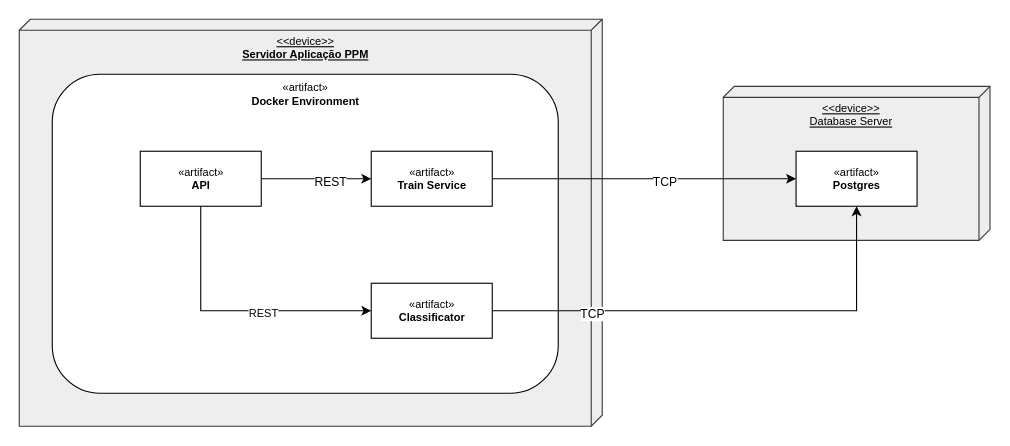
Before: page "Page-1" (1 of 2) of docs/motos-arch.drawio in fol21/gabriel-motos-teste-cv, a draw.io diagram. Source tidied: cells renumbered, new cells numbered last; positions are measured from the earlier drawing's top-left corner, leaving out a move shared by most shapes. Both pictures are drawn from the tidied source at 110%, with x=0, y=0 at pixel (19, 19).
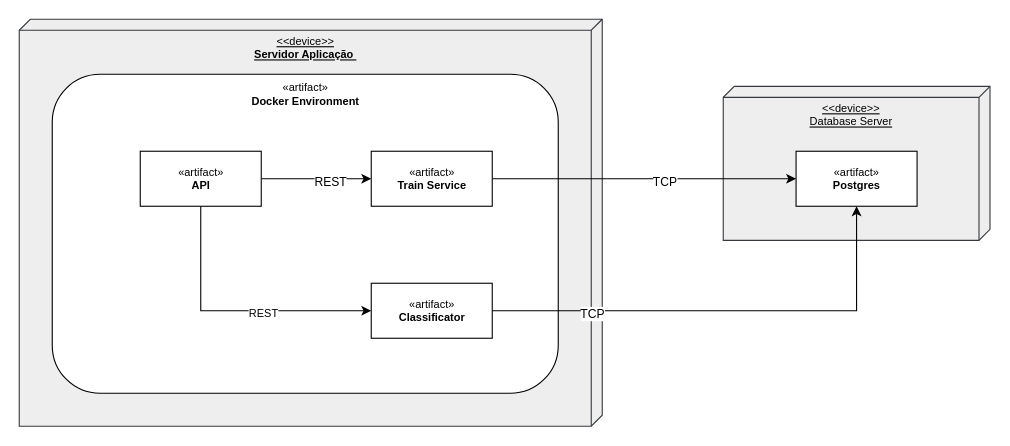
Above is the later version.

What changed in the source:
```diff
@@
 <mxGraphModel>
   <root>
     <mxCell id="0" />
     <mxCell id="1" parent="0" />
-    <mxCell id="2" value="&lt;font style=&quot;font-size: 10px;&quot;&gt;&amp;lt;&amp;lt;device&amp;gt;&amp;gt;&lt;br&gt;&lt;b&gt;Servidor Aplicação PPM&lt;/b&gt;&lt;br&gt;&lt;/font&gt;" style="verticalAlign=top;align=center;spacingTop=8;spacingLeft=2;spacingRight=12;shape=cube;size=10;direction=south;fontStyle=4;html=1;shadow=0;glass=0;labelBackgroundColor=none;fontSize=8;fillColor=#eeeeee;strokeColor=#36393d;" parent="1" vertex="1">
+    <mxCell id="2" value="&lt;font style=&quot;font-size: 10px;&quot;&gt;&amp;lt;&amp;lt;device&amp;gt;&amp;gt;&lt;br&gt;&lt;b&gt;Servidor Aplicação&amp;nbsp;&lt;/b&gt;&lt;br&gt;&lt;/font&gt;" style="verticalAlign=top;align=center;spacingTop=8;spacingLeft=2;spacingRight=12;shape=cube;size=10;direction=south;fontStyle=4;html=1;shadow=0;glass=0;labelBackgroundColor=none;fontSize=8;fillColor=#eeeeee;strokeColor=#36393d;" parent="1" vertex="1">
       <mxGeometry width="530" height="370" as="geometry" />
     </mxCell>
     <mxCell id="3" value="«artifact»&lt;br&gt;&lt;b&gt;Docker Environment&lt;/b&gt;" style="html=1;shadow=0;glass=0;labelBackgroundColor=none;fontSize=10;rounded=1;verticalAlign=top;" parent="1" vertex="1">
       <mxGeometry x="30" y="50" width="460" height="290" as="geometry" />
     </mxCell>
     <mxCell id="4" style="edgeStyle=orthogonalEdgeStyle;rounded=0;jettySize=auto;html=1;fontSize=10;" parent="1" edge="1" source="8" target="9">
       <mxGeometry relative="1" as="geometry">
         <Array as="points">
           <mxPoint x="165" y="265" />
         </Array>
       </mxGeometry>
     </mxCell>
     <mxCell id="5" value="REST" style="edgeLabel;html=1;align=center;verticalAlign=middle;fontSize=10;" parent="4" vertex="1">
       <mxGeometry x="0.21" y="-1" relative="1" as="geometry" />
     </mxCell>
     <mxCell id="6" style="edgeStyle=orthogonalEdgeStyle;rounded=0;jettySize=auto;html=1;exitX=1;exitY=0.5;exitDx=0;exitDy=0;" parent="1" edge="1" source="8" target="13">
       <mxGeometry relative="1" as="geometry" />
     </mxCell>
     <mxCell id="7" value="REST" style="edgeLabel;html=1;align=center;verticalAlign=middle;" parent="6" vertex="1">
       <mxGeometry x="0.23" y="-2" relative="1" as="geometry" />
     </mxCell>
     <mxCell id="8" value="«artifact»&lt;br&gt;&lt;b&gt;API&lt;/b&gt;" style="html=1;shadow=0;glass=0;labelBackgroundColor=none;fontSize=10;" parent="1" vertex="1">
       <mxGeometry x="110" y="120" width="110" height="50" as="geometry" />
     </mxCell>
     <mxCell id="9" value="«artifact»&lt;br&gt;&lt;b&gt;Classificator&lt;/b&gt;" style="html=1;shadow=0;glass=0;labelBackgroundColor=none;fontSize=10;" parent="1" vertex="1">
       <mxGeometry x="320" y="240" width="110" height="50" as="geometry" />
     </mxCell>
     <mxCell id="10" value="&lt;font style=&quot;font-size: 10px;&quot;&gt;&amp;lt;&amp;lt;device&amp;gt;&amp;gt;&lt;br&gt;Database Server&lt;br&gt;&lt;/font&gt;" style="verticalAlign=top;align=center;spacingTop=8;spacingLeft=2;spacingRight=12;shape=cube;size=10;direction=south;fontStyle=4;html=1;shadow=0;glass=0;labelBackgroundColor=none;fontSize=8;fillColor=#eeeeee;strokeColor=#36393d;" parent="1" vertex="1">
       <mxGeometry x="640" y="61" width="242.5" height="140" as="geometry" />
     </mxCell>
     <mxCell id="11" style="edgeStyle=orthogonalEdgeStyle;rounded=0;jettySize=auto;html=1;exitX=1;exitY=0.5;exitDx=0;exitDy=0;entryX=0;entryY=0.5;entryDx=0;entryDy=0;" parent="1" edge="1" source="13" target="14">
       <mxGeometry relative="1" as="geometry" />
     </mxCell>
     <mxCell id="12" value="TCP" style="edgeLabel;html=1;align=center;verticalAlign=middle;" parent="11" vertex="1">
       <mxGeometry x="0.13" y="-2" relative="1" as="geometry" />
     </mxCell>
     <mxCell id="13" value="«artifact»&lt;br&gt;&lt;b&gt;Train Service&lt;/b&gt;" style="html=1;shadow=0;glass=0;labelBackgroundColor=none;fontSize=10;" parent="1" vertex="1">
       <mxGeometry x="320" y="120" width="110" height="50" as="geometry" />
     </mxCell>
     <mxCell id="14" value="«artifact»&lt;br&gt;&lt;b&gt;Postgres&lt;br&gt;&lt;/b&gt;" style="html=1;shadow=0;glass=0;labelBackgroundColor=none;fontSize=10;" parent="1" vertex="1">
       <mxGeometry x="706.2" y="120" width="110" height="50" as="geometry" />
     </mxCell>
     <mxCell id="15" style="edgeStyle=orthogonalEdgeStyle;rounded=0;jettySize=auto;html=1;exitX=1;exitY=0.5;exitDx=0;exitDy=0;" parent="1" edge="1" source="9" target="14">
       <mxGeometry relative="1" as="geometry" />
     </mxCell>
     <mxCell id="16" value="TCP" style="edgeLabel;html=1;align=center;verticalAlign=middle;" parent="15" vertex="1">
       <mxGeometry x="-0.58" y="-2" relative="1" as="geometry" />
     </mxCell>
   </root>
 </mxGraphModel>
```
